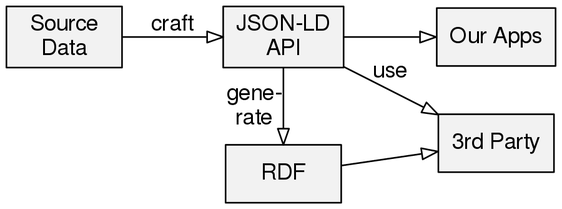
Above: doc/images/lobid-2.png in hbz/lobid (Graphviz), before the change. Its source is kept beside it as doc/images/lobid-2.dot.
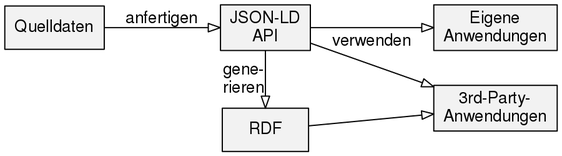
The same file after the commit.

What changed in the source:
```diff
@@ -4,15 +4,15 @@
 	graph[fontname=helvetica]
 	edge[fontname=helvetica arrowhead=empty]
 
-	db[label="Source\nData"]
+	db[label="Quelldaten"]
 	rdf[label="RDF"]
 	json[label="JSON-LD\nAPI"]
-	apps[label="Our Apps"]
-	third[label="3rd Party"]
+	apps[label="Eigene\nAnwendungen"]
+	third[label="3rd-Party-\nAnwendungen"]
 
-	db->json[label="craft"]
-	json->rdf[label="gene-\nrate" constraint=false]
+	db->json[label="anfertigen"]
+	json->rdf[label="gene-\nrieren" constraint=false]
 	json->apps
-	json->third[label="use"]
+	json->third[label="verwenden"]
 	rdf->third
 }
```
